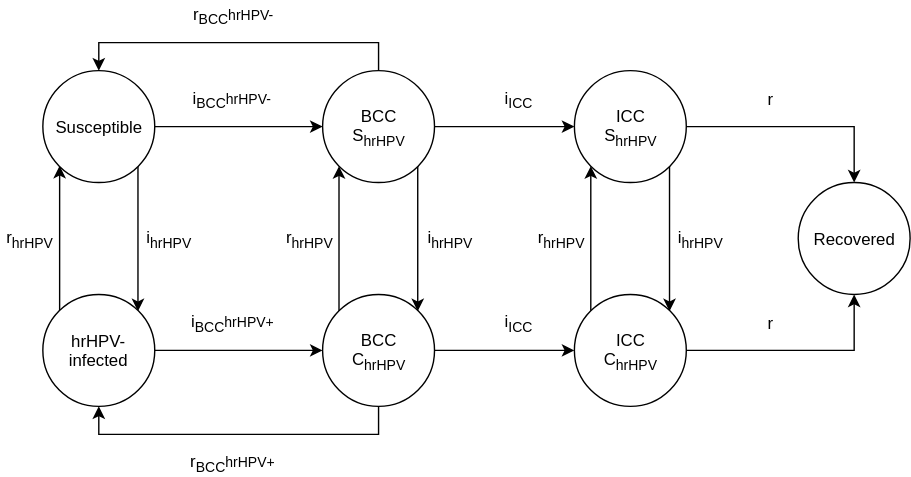
The draw.io diagram docs/source/gbd2017_models/causes/neoplasms/cervical_cancer/cervical_cancer_cause_model_diagram.svg in ihmeuw/vivarium_research, before a commit. Source tidied: cells renumbered, new cells last; positions are measured from the earlier drawing's top-left corner, leaving out a move shared by most shapes.
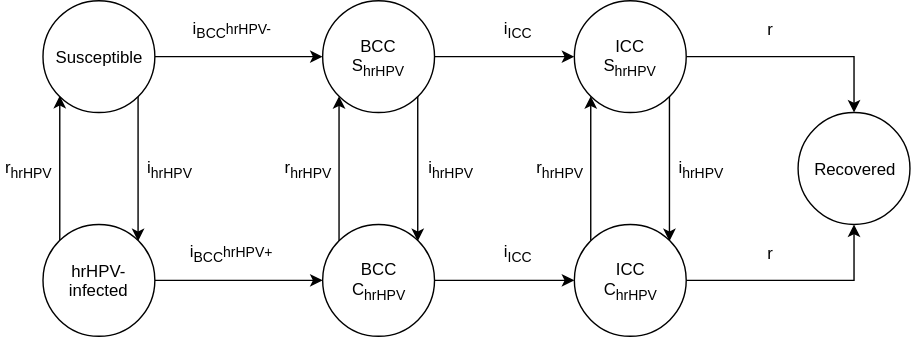
After the change.

Commit message:
update cervical cancer model

The edit, as a diff of the source:
```diff
@@ -8,14 +8,6 @@
     <mxCell id="3" style="edgeStyle=none;rounded=0;jettySize=auto;html=1;exitX=0;exitY=0;exitDx=0;exitDy=0;entryX=0;entryY=1;entryDx=0;entryDy=0;" parent="1" edge="1" source="5" target="12">
       <mxGeometry relative="1" as="geometry" />
     </mxCell>
-    <mxCell id="4" style="edgeStyle=orthogonalEdgeStyle;rounded=0;jettySize=auto;html=1;exitX=0.5;exitY=1;exitDx=0;exitDy=0;entryX=0.5;entryY=1;entryDx=0;entryDy=0;" parent="1" edge="1" source="5" target="23">
-      <mxGeometry relative="1" as="geometry">
-        <Array as="points">
-          <mxPoint x="270" y="310" />
-          <mxPoint x="70" y="310" />
-        </Array>
-      </mxGeometry>
-    </mxCell>
     <mxCell id="5" style="ellipse;whiteSpace=wrap;html=1;" parent="1" vertex="1">
       <mxGeometry x="230" y="210" width="80" height="80" as="geometry" />
     </mxCell>
@@ -34,14 +26,6 @@
     <mxCell id="10" style="edgeStyle=orthogonalEdgeStyle;rounded=0;jettySize=auto;html=1;exitX=1;exitY=1;exitDx=0;exitDy=0;entryX=1;entryY=0;entryDx=0;entryDy=0;" parent="1" edge="1" source="12" target="5">
       <mxGeometry relative="1" as="geometry" />
     </mxCell>
-    <mxCell id="11" style="edgeStyle=orthogonalEdgeStyle;rounded=0;jettySize=auto;html=1;exitX=0.5;exitY=0;exitDx=0;exitDy=0;entryX=0.5;entryY=0;entryDx=0;entryDy=0;" parent="1" edge="1" source="12" target="8">
-      <mxGeometry relative="1" as="geometry">
-        <Array as="points">
-          <mxPoint x="270" y="30" />
-          <mxPoint x="70" y="30" />
-        </Array>
-      </mxGeometry>
-    </mxCell>
     <mxCell id="12" style="ellipse;whiteSpace=wrap;html=1;" parent="1" vertex="1">
       <mxGeometry x="230" y="50" width="80" height="80" as="geometry" />
     </mxCell>
@@ -126,12 +110,6 @@
     <mxCell id="39" value="i&lt;sub&gt;hrHPV&lt;/sub&gt;" style="text;html=1;strokeColor=none;fillColor=none;align=center;verticalAlign=middle;whiteSpace=wrap;rounded=0;" parent="1" vertex="1">
       <mxGeometry x="480" y="160" width="40" height="20" as="geometry" />
     </mxCell>
-    <mxCell id="40" value="r&lt;sub&gt;BCC&lt;/sub&gt;&lt;font style=&quot;font-size: 10px&quot;&gt;hrHPV-&lt;/font&gt;" style="text;html=1;strokeColor=none;fillColor=none;align=center;verticalAlign=middle;whiteSpace=wrap;rounded=0;" parent="1" vertex="1">
-      <mxGeometry x="145" width="40" height="20" as="geometry" />
-    </mxCell>
-    <mxCell id="41" value="r&lt;sub&gt;BCC&lt;/sub&gt;&lt;font style=&quot;font-size: 10px&quot;&gt;hrHPV+&lt;/font&gt;" style="text;html=1;strokeColor=none;fillColor=none;align=center;verticalAlign=middle;whiteSpace=wrap;rounded=0;" parent="1" vertex="1">
-      <mxGeometry x="145" y="320" width="40" height="20" as="geometry" />
-    </mxCell>
     <mxCell id="42" value="&lt;font&gt;&lt;font style=&quot;font-size: 12px&quot;&gt;i&lt;/font&gt;&lt;font&gt;&lt;sub&gt;&lt;font style=&quot;font-size: 10px&quot;&gt;BCC&lt;/font&gt;&lt;/sub&gt;&lt;span style=&quot;font-size: 10px&quot;&gt;hrHPV+&lt;/span&gt;&lt;/font&gt;&lt;/font&gt;" style="text;html=1;strokeColor=none;fillColor=none;align=center;verticalAlign=middle;whiteSpace=wrap;rounded=0;" parent="1" vertex="1">
       <mxGeometry x="145" y="220" width="40" height="20" as="geometry" />
     </mxCell>
```
